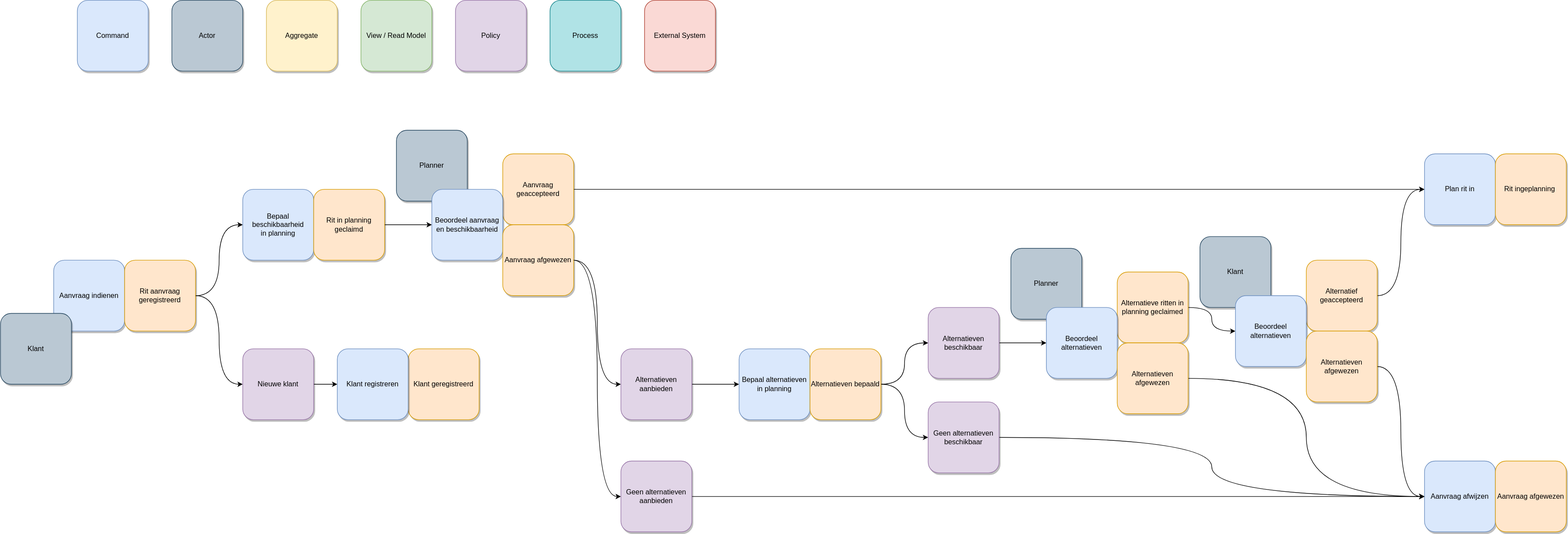
The draw.io diagram docs/even-storming-diagram.drawio.svg in Quintor/hexagonal-architecture-workshop, before a commit. Source tidied: cells renumbered, new cells last; positions are measured from the earlier drawing's top-left corner, leaving out a move shared by most shapes. Source of this version:
```xml
<mxGraphModel>
  <root>
    <mxCell id="0" />
    <mxCell id="1" parent="0" />
    <mxCell id="2" style="edgeStyle=orthogonalEdgeStyle;rounded=0;jettySize=auto;html=1;" parent="1" edge="1" source="3" target="30">
      <mxGeometry relative="1" as="geometry" />
    </mxCell>
    <mxCell id="3" value="Aanvraag geaccepteerd" style="rounded=1;whiteSpace=wrap;html=1;fillColor=#ffe6cc;strokeColor=#d79b00;shadow=1;" parent="1" vertex="1">
      <mxGeometry x="850" y="260" width="120" height="120" as="geometry" />
    </mxCell>
    <mxCell id="4" value="Aggregate" style="rounded=1;whiteSpace=wrap;html=1;fillColor=#fff2cc;strokeColor=#d6b656;shadow=1;" parent="1" vertex="1">
      <mxGeometry x="450" width="120" height="120" as="geometry" />
    </mxCell>
    <mxCell id="5" value="View / Read Model" style="rounded=1;whiteSpace=wrap;html=1;fillColor=#d5e8d4;strokeColor=#82b366;shadow=1;" parent="1" vertex="1">
      <mxGeometry x="610" width="120" height="120" as="geometry" />
    </mxCell>
    <mxCell id="6" value="Command" style="rounded=1;whiteSpace=wrap;html=1;fillColor=#dae8fc;strokeColor=#6c8ebf;shadow=1;" parent="1" vertex="1">
      <mxGeometry x="130" width="120" height="120" as="geometry" />
    </mxCell>
    <mxCell id="7" value="Actor" style="rounded=1;whiteSpace=wrap;html=1;fillColor=#bac8d3;strokeColor=#23445d;shadow=1;" parent="1" vertex="1">
      <mxGeometry x="290" width="120" height="120" as="geometry" />
    </mxCell>
    <mxCell id="8" value="Process" style="rounded=1;whiteSpace=wrap;html=1;fillColor=#b0e3e6;strokeColor=#0e8088;shadow=1;" parent="1" vertex="1">
      <mxGeometry x="930" width="120" height="120" as="geometry" />
    </mxCell>
    <mxCell id="9" value="External System" style="rounded=1;whiteSpace=wrap;html=1;fillColor=#fad9d5;strokeColor=#ae4132;shadow=1;" parent="1" vertex="1">
      <mxGeometry x="1090" width="120" height="120" as="geometry" />
    </mxCell>
    <mxCell id="10" value="Aanvraag indienen" style="rounded=1;whiteSpace=wrap;html=1;fillColor=#dae8fc;strokeColor=#6c8ebf;shadow=1;" parent="1" vertex="1">
      <mxGeometry x="90" y="440" width="120" height="120" as="geometry" />
    </mxCell>
    <mxCell id="11" style="edgeStyle=orthogonalEdgeStyle;rounded=0;jettySize=auto;html=1;entryX=0;entryY=0.5;entryDx=0;entryDy=0;curved=1;" parent="1" edge="1" source="13" target="17">
      <mxGeometry relative="1" as="geometry" />
    </mxCell>
    <mxCell id="12" style="edgeStyle=orthogonalEdgeStyle;rounded=0;jettySize=auto;html=1;curved=1;" parent="1" edge="1" source="13" target="18">
      <mxGeometry relative="1" as="geometry" />
    </mxCell>
    <mxCell id="13" value="Rit aanvraag geregistreerd" style="rounded=1;whiteSpace=wrap;html=1;fillColor=#ffe6cc;strokeColor=#d79b00;shadow=1;" parent="1" vertex="1">
      <mxGeometry x="210" y="440" width="120" height="120" as="geometry" />
    </mxCell>
    <mxCell id="14" value="Klant geregistreerd" style="rounded=1;whiteSpace=wrap;html=1;fillColor=#ffe6cc;strokeColor=#d79b00;shadow=1;" parent="1" vertex="1">
      <mxGeometry x="690" y="590" width="120" height="120" as="geometry" />
    </mxCell>
    <mxCell id="15" value="Klant registreren" style="rounded=1;whiteSpace=wrap;html=1;fillColor=#dae8fc;strokeColor=#6c8ebf;shadow=1;" parent="1" vertex="1">
      <mxGeometry x="570" y="590" width="120" height="120" as="geometry" />
    </mxCell>
    <mxCell id="16" style="edgeStyle=orthogonalEdgeStyle;rounded=0;jettySize=auto;html=1;" parent="1" edge="1" source="17" target="15">
      <mxGeometry relative="1" as="geometry" />
    </mxCell>
    <mxCell id="17" value="Nieuwe klant" style="rounded=1;whiteSpace=wrap;html=1;fillColor=#e1d5e7;strokeColor=#9673a6;shadow=1;" parent="1" vertex="1">
      <mxGeometry x="410" y="590" width="120" height="120" as="geometry" />
    </mxCell>
    <mxCell id="18" value="Bepaal beschikbaarheid&lt;br&gt;in planning" style="rounded=1;whiteSpace=wrap;html=1;fillColor=#dae8fc;strokeColor=#6c8ebf;shadow=1;" parent="1" vertex="1">
      <mxGeometry x="410" y="320" width="120" height="120" as="geometry" />
    </mxCell>
    <mxCell id="19" style="edgeStyle=orthogonalEdgeStyle;rounded=0;jettySize=auto;html=1;entryX=0;entryY=0.5;entryDx=0;entryDy=0;" parent="1" edge="1" source="20" target="23">
      <mxGeometry relative="1" as="geometry" />
    </mxCell>
    <mxCell id="20" value="Rit in planning geclaimd" style="rounded=1;whiteSpace=wrap;html=1;fillColor=#ffe6cc;strokeColor=#d79b00;shadow=1;" parent="1" vertex="1">
      <mxGeometry x="530" y="320" width="120" height="120" as="geometry" />
    </mxCell>
    <mxCell id="21" value="Klant" style="rounded=1;whiteSpace=wrap;html=1;fillColor=#bac8d3;strokeColor=#23445d;shadow=1;" parent="1" vertex="1">
      <mxGeometry y="530" width="120" height="120" as="geometry" />
    </mxCell>
    <mxCell id="22" value="Planner" style="rounded=1;whiteSpace=wrap;html=1;fillColor=#bac8d3;strokeColor=#23445d;shadow=1;" parent="1" vertex="1">
      <mxGeometry x="670" y="220" width="120" height="120" as="geometry" />
    </mxCell>
    <mxCell id="23" value="Beoordeel aanvraag en beschikbaarheid" style="rounded=1;whiteSpace=wrap;html=1;fillColor=#dae8fc;strokeColor=#6c8ebf;shadow=1;" parent="1" vertex="1">
      <mxGeometry x="730" y="320" width="120" height="120" as="geometry" />
    </mxCell>
    <mxCell id="24" style="edgeStyle=orthogonalEdgeStyle;rounded=0;jettySize=auto;html=1;entryX=0;entryY=0.5;entryDx=0;entryDy=0;curved=1;" parent="1" edge="1" source="25" target="34">
      <mxGeometry relative="1" as="geometry" />
    </mxCell>
    <mxCell id="25" value="Aanvraag afgewezen" style="rounded=1;whiteSpace=wrap;html=1;fillColor=#ffe6cc;strokeColor=#d79b00;shadow=1;" parent="1" vertex="1">
      <mxGeometry x="850" y="380" width="120" height="120" as="geometry" />
    </mxCell>
    <mxCell id="26" value="Bepaal alternatieven&lt;br&gt;in planning" style="rounded=1;whiteSpace=wrap;html=1;fillColor=#dae8fc;strokeColor=#6c8ebf;shadow=1;" parent="1" vertex="1">
      <mxGeometry x="1250" y="590" width="120" height="120" as="geometry" />
    </mxCell>
    <mxCell id="27" style="edgeStyle=orthogonalEdgeStyle;rounded=0;jettySize=auto;html=1;curved=1;" parent="1" edge="1" source="29" target="36">
      <mxGeometry relative="1" as="geometry" />
    </mxCell>
    <mxCell id="28" style="edgeStyle=orthogonalEdgeStyle;rounded=0;jettySize=auto;html=1;curved=1;" parent="1" edge="1" source="29" target="43">
      <mxGeometry relative="1" as="geometry" />
    </mxCell>
    <mxCell id="29" value="Alternatieven bepaald" style="rounded=1;whiteSpace=wrap;html=1;fillColor=#ffe6cc;strokeColor=#d79b00;shadow=1;" parent="1" vertex="1">
      <mxGeometry x="1370" y="590" width="120" height="120" as="geometry" />
    </mxCell>
    <mxCell id="30" value="Plan rit in" style="rounded=1;whiteSpace=wrap;html=1;fillColor=#dae8fc;strokeColor=#6c8ebf;shadow=1;" parent="1" vertex="1">
      <mxGeometry x="2410" y="260" width="120" height="120" as="geometry" />
    </mxCell>
    <mxCell id="31" value="Rit ingeplanning&amp;nbsp;" style="rounded=1;whiteSpace=wrap;html=1;fillColor=#ffe6cc;strokeColor=#d79b00;shadow=1;" parent="1" vertex="1">
      <mxGeometry x="2530" y="260" width="120" height="120" as="geometry" />
    </mxCell>
    <mxCell id="32" style="edgeStyle=orthogonalEdgeStyle;rounded=0;jettySize=auto;html=1;" parent="1" edge="1" source="34" target="26">
      <mxGeometry relative="1" as="geometry" />
    </mxCell>
    <mxCell id="33" style="rounded=0;jettySize=auto;html=1;entryX=0;entryY=0.5;entryDx=0;entryDy=0;exitX=1;exitY=0.5;exitDx=0;exitDy=0;edgeStyle=orthogonalEdgeStyle;curved=1;" parent="1" edge="1" source="40" target="37">
      <mxGeometry relative="1" as="geometry" />
    </mxCell>
    <mxCell id="34" value="Alternatieven aanbieden" style="rounded=1;whiteSpace=wrap;html=1;fillColor=#e1d5e7;strokeColor=#9673a6;shadow=1;" parent="1" vertex="1">
      <mxGeometry x="1050" y="590" width="120" height="120" as="geometry" />
    </mxCell>
    <mxCell id="35" style="edgeStyle=orthogonalEdgeStyle;rounded=0;jettySize=auto;html=1;entryX=0;entryY=0.5;entryDx=0;entryDy=0;curved=1;" parent="1" edge="1" source="36" target="37">
      <mxGeometry relative="1" as="geometry" />
    </mxCell>
    <mxCell id="36" value="Geen alternatieven beschikbaar" style="rounded=1;whiteSpace=wrap;html=1;fillColor=#e1d5e7;strokeColor=#9673a6;shadow=1;" parent="1" vertex="1">
      <mxGeometry x="1570" y="680" width="120" height="120" as="geometry" />
    </mxCell>
    <mxCell id="37" value="Aanvraag afwijzen" style="rounded=1;whiteSpace=wrap;html=1;fillColor=#dae8fc;strokeColor=#6c8ebf;shadow=1;" parent="1" vertex="1">
      <mxGeometry x="2410" y="780" width="120" height="120" as="geometry" />
    </mxCell>
    <mxCell id="38" value="Aanvraag afgewezen" style="rounded=1;whiteSpace=wrap;html=1;fillColor=#ffe6cc;strokeColor=#d79b00;shadow=1;" parent="1" vertex="1">
      <mxGeometry x="2530" y="780" width="120" height="120" as="geometry" />
    </mxCell>
    <mxCell id="39" value="Policy" style="rounded=1;whiteSpace=wrap;html=1;fillColor=#e1d5e7;strokeColor=#9673a6;shadow=1;" parent="1" vertex="1">
      <mxGeometry x="770" width="120" height="120" as="geometry" />
    </mxCell>
    <mxCell id="40" value="Geen alternatieven aanbieden" style="rounded=1;whiteSpace=wrap;html=1;fillColor=#e1d5e7;strokeColor=#9673a6;shadow=1;" parent="1" vertex="1">
      <mxGeometry x="1050" y="780" width="120" height="120" as="geometry" />
    </mxCell>
    <mxCell id="41" style="edgeStyle=orthogonalEdgeStyle;rounded=0;jettySize=auto;html=1;entryX=0;entryY=0.5;entryDx=0;entryDy=0;curved=1;exitX=1;exitY=0.5;exitDx=0;exitDy=0;" parent="1" edge="1" source="25" target="40">
      <mxGeometry relative="1" as="geometry" />
    </mxCell>
    <mxCell id="42" style="edgeStyle=orthogonalEdgeStyle;rounded=0;jettySize=auto;html=1;" parent="1" edge="1" source="43" target="47">
      <mxGeometry relative="1" as="geometry" />
    </mxCell>
    <mxCell id="43" value="Alternatieven beschikbaar" style="rounded=1;whiteSpace=wrap;html=1;fillColor=#e1d5e7;strokeColor=#9673a6;shadow=1;" parent="1" vertex="1">
      <mxGeometry x="1570" y="520" width="120" height="120" as="geometry" />
    </mxCell>
    <mxCell id="44" style="edgeStyle=orthogonalEdgeStyle;rounded=0;jettySize=auto;html=1;curved=1;" parent="1" edge="1" source="45" target="53">
      <mxGeometry relative="1" as="geometry" />
    </mxCell>
    <mxCell id="45" value="Alternatieve ritten in planning geclaimed" style="rounded=1;whiteSpace=wrap;html=1;fillColor=#ffe6cc;strokeColor=#d79b00;shadow=1;" parent="1" vertex="1">
      <mxGeometry x="1890" y="460" width="120" height="120" as="geometry" />
    </mxCell>
    <mxCell id="46" value="Planner" style="rounded=1;whiteSpace=wrap;html=1;fillColor=#bac8d3;strokeColor=#23445d;shadow=1;" parent="1" vertex="1">
      <mxGeometry x="1710" y="420" width="120" height="120" as="geometry" />
    </mxCell>
    <mxCell id="47" value="Beoordeel alternatieven" style="rounded=1;whiteSpace=wrap;html=1;fillColor=#dae8fc;strokeColor=#6c8ebf;shadow=1;" parent="1" vertex="1">
      <mxGeometry x="1770" y="520" width="120" height="120" as="geometry" />
    </mxCell>
    <mxCell id="48" style="edgeStyle=orthogonalEdgeStyle;rounded=0;jettySize=auto;html=1;entryX=0;entryY=0.5;entryDx=0;entryDy=0;curved=1;" parent="1" edge="1" source="49" target="37">
      <mxGeometry relative="1" as="geometry" />
    </mxCell>
    <mxCell id="49" value="Alternatieven afgewezen" style="rounded=1;whiteSpace=wrap;html=1;fillColor=#ffe6cc;strokeColor=#d79b00;shadow=1;" parent="1" vertex="1">
      <mxGeometry x="1890" y="580" width="120" height="120" as="geometry" />
    </mxCell>
    <mxCell id="50" style="edgeStyle=orthogonalEdgeStyle;rounded=0;jettySize=auto;html=1;entryX=0;entryY=0.5;entryDx=0;entryDy=0;curved=1;" parent="1" edge="1" source="51" target="30">
      <mxGeometry relative="1" as="geometry" />
    </mxCell>
    <mxCell id="51" value="Alternatief geaccepteerd" style="rounded=1;whiteSpace=wrap;html=1;fillColor=#ffe6cc;strokeColor=#d79b00;shadow=1;" parent="1" vertex="1">
      <mxGeometry x="2210" y="440" width="120" height="120" as="geometry" />
    </mxCell>
    <mxCell id="52" value="Klant" style="rounded=1;whiteSpace=wrap;html=1;fillColor=#bac8d3;strokeColor=#23445d;shadow=1;" parent="1" vertex="1">
      <mxGeometry x="2030" y="400" width="120" height="120" as="geometry" />
    </mxCell>
    <mxCell id="53" value="Beoordeel alternatieven" style="rounded=1;whiteSpace=wrap;html=1;fillColor=#dae8fc;strokeColor=#6c8ebf;shadow=1;" parent="1" vertex="1">
      <mxGeometry x="2090" y="500" width="120" height="120" as="geometry" />
    </mxCell>
    <mxCell id="54" style="edgeStyle=orthogonalEdgeStyle;rounded=0;jettySize=auto;html=1;entryX=0;entryY=0.5;entryDx=0;entryDy=0;curved=1;" parent="1" edge="1" source="55" target="37">
      <mxGeometry relative="1" as="geometry" />
    </mxCell>
    <mxCell id="55" value="Alternatieven afgewezen" style="rounded=1;whiteSpace=wrap;html=1;fillColor=#ffe6cc;strokeColor=#d79b00;shadow=1;" parent="1" vertex="1">
      <mxGeometry x="2210" y="560" width="120" height="120" as="geometry" />
    </mxCell>
  </root>
</mxGraphModel>
```
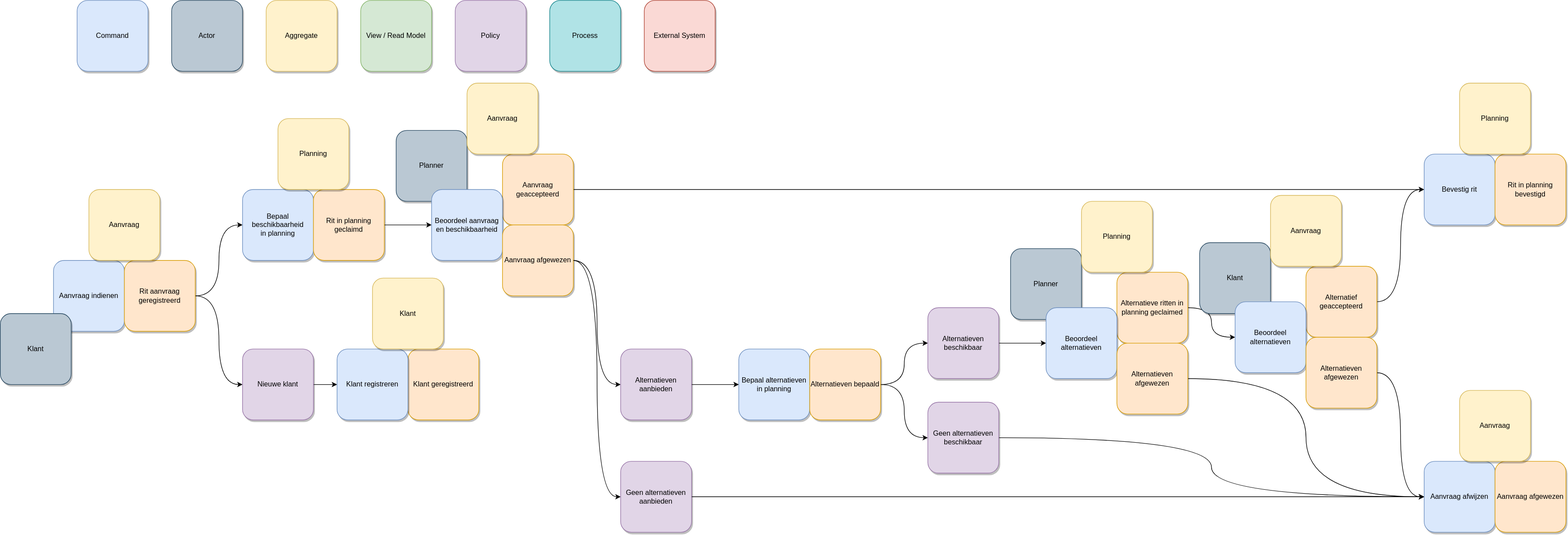
Above is the later version.

Commit message:
Aggregates toegevoegd aan het eventstorming diagram.

The edit, as a diff of the source:
```diff
@@ -86,10 +86,10 @@
     <mxCell id="29" value="Alternatieven bepaald" style="rounded=1;whiteSpace=wrap;html=1;fillColor=#ffe6cc;strokeColor=#d79b00;shadow=1;" parent="1" vertex="1">
       <mxGeometry x="1370" y="590" width="120" height="120" as="geometry" />
     </mxCell>
-    <mxCell id="30" value="Plan rit in" style="rounded=1;whiteSpace=wrap;html=1;fillColor=#dae8fc;strokeColor=#6c8ebf;shadow=1;" parent="1" vertex="1">
+    <mxCell id="30" value="Bevestig rit" style="rounded=1;whiteSpace=wrap;html=1;fillColor=#dae8fc;strokeColor=#6c8ebf;shadow=1;" parent="1" vertex="1">
       <mxGeometry x="2410" y="260" width="120" height="120" as="geometry" />
     </mxCell>
-    <mxCell id="31" value="Rit ingeplanning&amp;nbsp;" style="rounded=1;whiteSpace=wrap;html=1;fillColor=#ffe6cc;strokeColor=#d79b00;shadow=1;" parent="1" vertex="1">
+    <mxCell id="31" value="Rit in planning bevestigd" style="rounded=1;whiteSpace=wrap;html=1;fillColor=#ffe6cc;strokeColor=#d79b00;shadow=1;" parent="1" vertex="1">
       <mxGeometry x="2530" y="260" width="120" height="120" as="geometry" />
     </mxCell>
     <mxCell id="32" style="edgeStyle=orthogonalEdgeStyle;rounded=0;jettySize=auto;html=1;" parent="1" edge="1" source="34" target="26">
@@ -150,19 +150,43 @@
       <mxGeometry relative="1" as="geometry" />
     </mxCell>
     <mxCell id="51" value="Alternatief geaccepteerd" style="rounded=1;whiteSpace=wrap;html=1;fillColor=#ffe6cc;strokeColor=#d79b00;shadow=1;" parent="1" vertex="1">
-      <mxGeometry x="2210" y="440" width="120" height="120" as="geometry" />
+      <mxGeometry x="2210" y="450" width="120" height="120" as="geometry" />
     </mxCell>
     <mxCell id="52" value="Klant" style="rounded=1;whiteSpace=wrap;html=1;fillColor=#bac8d3;strokeColor=#23445d;shadow=1;" parent="1" vertex="1">
-      <mxGeometry x="2030" y="400" width="120" height="120" as="geometry" />
+      <mxGeometry x="2030" y="410" width="120" height="120" as="geometry" />
     </mxCell>
     <mxCell id="53" value="Beoordeel alternatieven" style="rounded=1;whiteSpace=wrap;html=1;fillColor=#dae8fc;strokeColor=#6c8ebf;shadow=1;" parent="1" vertex="1">
-      <mxGeometry x="2090" y="500" width="120" height="120" as="geometry" />
+      <mxGeometry x="2090" y="510" width="120" height="120" as="geometry" />
     </mxCell>
     <mxCell id="54" style="edgeStyle=orthogonalEdgeStyle;rounded=0;jettySize=auto;html=1;entryX=0;entryY=0.5;entryDx=0;entryDy=0;curved=1;" parent="1" edge="1" source="55" target="37">
       <mxGeometry relative="1" as="geometry" />
     </mxCell>
     <mxCell id="55" value="Alternatieven afgewezen" style="rounded=1;whiteSpace=wrap;html=1;fillColor=#ffe6cc;strokeColor=#d79b00;shadow=1;" parent="1" vertex="1">
-      <mxGeometry x="2210" y="560" width="120" height="120" as="geometry" />
+      <mxGeometry x="2210" y="570" width="120" height="120" as="geometry" />
     </mxCell>
+    <mxCell id="56" value="Aanvraag" style="rounded=1;whiteSpace=wrap;html=1;fillColor=#fff2cc;strokeColor=#d6b656;shadow=1;" parent="1" vertex="1">
+      <mxGeometry x="150" y="320" width="120" height="120" as="geometry" />
+    </mxCell>
+    <mxCell id="57" value="Klant" style="rounded=1;whiteSpace=wrap;html=1;fillColor=#fff2cc;strokeColor=#d6b656;shadow=1;" parent="1" vertex="1">
+      <mxGeometry x="630" y="470" width="120" height="120" as="geometry" />
+    </mxCell>
+    <mxCell id="58" value="Planning" style="rounded=1;whiteSpace=wrap;html=1;fillColor=#fff2cc;strokeColor=#d6b656;shadow=1;" parent="1" vertex="1">
+      <mxGeometry x="470" y="200" width="120" height="120" as="geometry" />
+    </mxCell>
+    <mxCell id="59" value="Aanvraag" style="rounded=1;whiteSpace=wrap;html=1;fillColor=#fff2cc;strokeColor=#d6b656;shadow=1;" parent="1" vertex="1">
+      <mxGeometry x="790" y="140" width="120" height="120" as="geometry" />
+    </mxCell>
+    <mxCell id="60" value="Planning" style="rounded=1;whiteSpace=wrap;html=1;fillColor=#fff2cc;strokeColor=#d6b656;shadow=1;" parent="1" vertex="1">
+      <mxGeometry x="1830" y="340" width="120" height="120" as="geometry" />
+    </mxCell>
+    <mxCell id="61" value="Aanvraag" style="rounded=1;whiteSpace=wrap;html=1;fillColor=#fff2cc;strokeColor=#d6b656;shadow=1;" parent="1" vertex="1">
+      <mxGeometry x="2150" y="330" width="120" height="120" as="geometry" />
+    </mxCell>
+    <mxCell id="62" value="Planning" style="rounded=1;whiteSpace=wrap;html=1;fillColor=#fff2cc;strokeColor=#d6b656;shadow=1;" parent="1" vertex="1">
+      <mxGeometry x="2470" y="140" width="120" height="120" as="geometry" />
+    </mxCell>
+    <mxCell id="63" value="Aanvraag" style="rounded=1;whiteSpace=wrap;html=1;fillColor=#fff2cc;strokeColor=#d6b656;shadow=1;" parent="1" vertex="1">
+      <mxGeometry x="2470" y="660" width="120" height="120" as="geometry" />
+    </mxCell>
   </root>
 </mxGraphModel>
```
